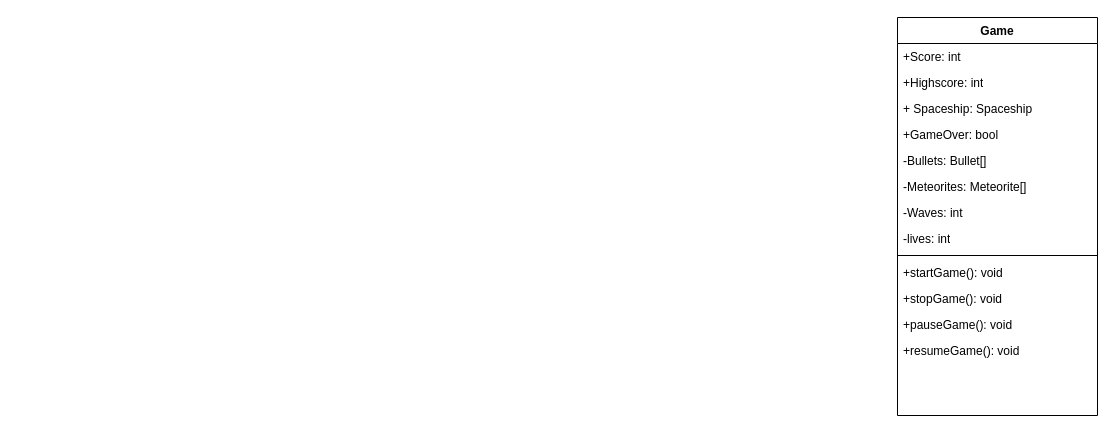
This is Klassendiagramm.drawio from JakobKrug/DrawIO, a draw.io file, before an edit. Source tidied: cells renumbered, new cells numbered last; positions are measured from the earlier drawing's top-left corner, leaving out a move shared by most shapes. Both pictures are drawn from the tidied source at 100%, with x=0, y=0 at pixel (897, 17).
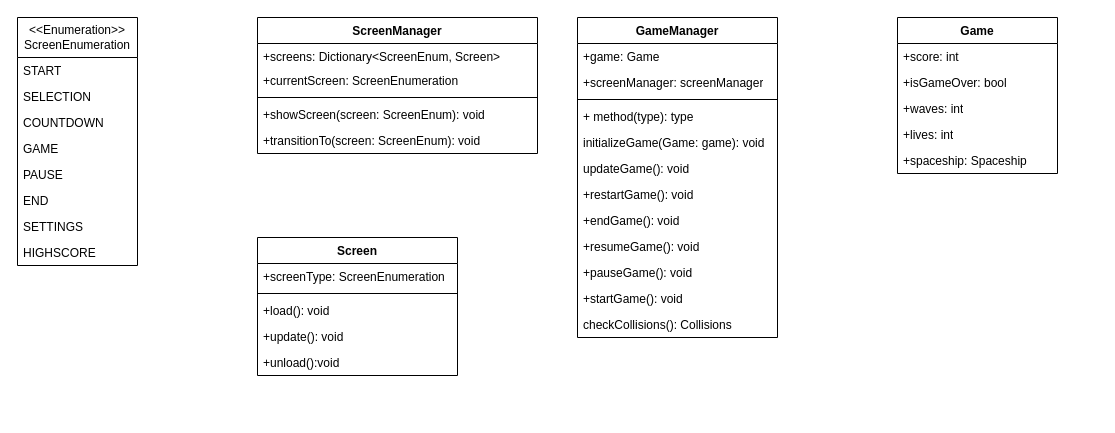
The same page after the edit.

Change to the diagram source:
```diff
@@
     <mxCell id="2" value="Game" style="swimlane;fontStyle=1;align=center;verticalAlign=top;horizontal=1;startSize=26;whiteSpace=wrap;html=1;" parent="1" vertex="1">
-      <mxGeometry width="200" height="398" as="geometry" />
+      <mxGeometry width="160" height="156" as="geometry" />
     </mxCell>
-    <mxCell id="3" value="+Score: int" style="text;strokeColor=none;fillColor=none;align=left;verticalAlign=top;spacingLeft=4;spacingRight=4;overflow=hidden;whiteSpace=wrap;html=1;" parent="2" vertex="1">
-      <mxGeometry y="26" width="200" height="26" as="geometry" />
+    <mxCell id="3" value="+score: int" style="text;strokeColor=none;fillColor=none;align=left;verticalAlign=top;spacingLeft=4;spacingRight=4;overflow=hidden;whiteSpace=wrap;html=1;" parent="2" vertex="1">
+      <mxGeometry y="26" width="160" height="26" as="geometry" />
     </mxCell>
-    <mxCell id="4" value="+Highscore: int" style="text;strokeColor=none;fillColor=none;align=left;verticalAlign=top;spacingLeft=4;spacingRight=4;overflow=hidden;whiteSpace=wrap;html=1;" parent="2" vertex="1">
-      <mxGeometry y="52" width="200" height="26" as="geometry" />
-    </mxCell>
-    <mxCell id="5" value="+ Spaceship: Spaceship" style="text;strokeColor=none;fillColor=none;align=left;verticalAlign=top;spacingLeft=4;spacingRight=4;overflow=hidden;whiteSpace=wrap;html=1;" parent="2" vertex="1">
-      <mxGeometry y="78" width="200" height="26" as="geometry" />
-    </mxCell>
-    <mxCell id="6" value="+GameOver: bool&lt;span style=&quot;white-space: pre;&quot;&gt;&#9;&lt;/span&gt;" style="text;strokeColor=none;fillColor=none;align=left;verticalAlign=top;spacingLeft=4;spacingRight=4;overflow=hidden;whiteSpace=wrap;html=1;" parent="2" vertex="1">
-      <mxGeometry y="104" width="200" height="26" as="geometry" />
+    <mxCell id="6" value="+isGameOver: bool&lt;span style=&quot;white-space: pre;&quot;&gt;&#9;&lt;/span&gt;" style="text;strokeColor=none;fillColor=none;align=left;verticalAlign=top;spacingLeft=4;spacingRight=4;overflow=hidden;whiteSpace=wrap;html=1;" parent="2" vertex="1">
+      <mxGeometry y="52" width="160" height="26" as="geometry" />
     </mxCell>
-    <mxCell id="7" value="-Bullets: Bullet[]" style="text;strokeColor=none;fillColor=none;align=left;verticalAlign=top;spacingLeft=4;spacingRight=4;overflow=hidden;whiteSpace=wrap;html=1;" parent="2" vertex="1">
-      <mxGeometry y="130" width="200" height="26" as="geometry" />
-    </mxCell>
-    <mxCell id="8" value="-Meteorites: Meteorite[]" style="text;strokeColor=none;fillColor=none;align=left;verticalAlign=top;spacingLeft=4;spacingRight=4;overflow=hidden;whiteSpace=wrap;html=1;" parent="2" vertex="1">
-      <mxGeometry y="156" width="200" height="26" as="geometry" />
-    </mxCell>
-    <mxCell id="9" value="-Waves: int" style="text;strokeColor=none;fillColor=none;align=left;verticalAlign=top;spacingLeft=4;spacingRight=4;overflow=hidden;whiteSpace=wrap;html=1;" parent="2" vertex="1">
-      <mxGeometry y="182" width="200" height="26" as="geometry" />
+    <mxCell id="9" value="+waves: int" style="text;strokeColor=none;fillColor=none;align=left;verticalAlign=top;spacingLeft=4;spacingRight=4;overflow=hidden;whiteSpace=wrap;html=1;" parent="2" vertex="1">
+      <mxGeometry y="78" width="160" height="26" as="geometry" />
     </mxCell>
-    <mxCell id="10" value="-lives: int" style="text;strokeColor=none;fillColor=none;align=left;verticalAlign=top;spacingLeft=4;spacingRight=4;overflow=hidden;whiteSpace=wrap;html=1;" parent="2" vertex="1">
-      <mxGeometry y="208" width="200" height="26" as="geometry" />
+    <mxCell id="10" value="+lives: int" style="text;strokeColor=none;fillColor=none;align=left;verticalAlign=top;spacingLeft=4;spacingRight=4;overflow=hidden;whiteSpace=wrap;html=1;" parent="2" vertex="1">
+      <mxGeometry y="104" width="160" height="26" as="geometry" />
     </mxCell>
-    <mxCell id="11" style="line;strokeWidth=1;fillColor=none;align=left;verticalAlign=middle;spacingTop=-1;spacingLeft=3;spacingRight=3;labelPosition=right;strokeColor=inherit;" parent="2" vertex="1">
-      <mxGeometry y="234" width="200" height="8" as="geometry" />
-    </mxCell>
-    <mxCell id="12" value="+startGame(): void" style="text;strokeColor=none;fillColor=none;align=left;verticalAlign=top;spacingLeft=4;spacingRight=4;overflow=hidden;whiteSpace=wrap;html=1;" parent="2" vertex="1">
-      <mxGeometry y="242" width="200" height="26" as="geometry" />
-    </mxCell>
+    <mxCell id="5" value="+spaceship: Spaceship" style="text;strokeColor=none;fillColor=none;align=left;verticalAlign=top;spacingLeft=4;spacingRight=4;overflow=hidden;whiteSpace=wrap;html=1;" parent="2" vertex="1">
+      <mxGeometry y="130" width="160" height="26" as="geometry" />
+    </mxCell>
+    <mxCell id="18" value="ScreenManager" style="swimlane;fontStyle=1;align=center;verticalAlign=top;horizontal=1;startSize=26;whiteSpace=wrap;html=1;" parent="1" vertex="1">
+      <mxGeometry x="-640" width="280" height="136" as="geometry" />
+    </mxCell>
+    <mxCell id="19" value="+screens: Dictionary&amp;lt;ScreenEnum, Screen&amp;gt;" style="text;strokeColor=none;fillColor=none;align=left;verticalAlign=top;spacingLeft=4;spacingRight=4;overflow=hidden;whiteSpace=wrap;html=1;" parent="18" vertex="1">
+      <mxGeometry y="26" width="280" height="24" as="geometry" />
+    </mxCell>
+    <mxCell id="20" value="+currentScreen: ScreenEnumeration" style="text;strokeColor=none;fillColor=none;align=left;verticalAlign=top;spacingLeft=4;spacingRight=4;overflow=hidden;whiteSpace=wrap;html=1;" parent="18" vertex="1">
+      <mxGeometry y="50" width="280" height="26" as="geometry" />
+    </mxCell>
+    <mxCell id="21" style="line;strokeWidth=1;fillColor=none;align=left;verticalAlign=middle;spacingTop=-1;spacingLeft=3;spacingRight=3;labelPosition=right;strokeColor=inherit;" parent="18" vertex="1">
+      <mxGeometry y="76" width="280" height="8" as="geometry" />
+    </mxCell>
+    <mxCell id="22" value="+showScreen(screen: ScreenEnum): void" style="text;strokeColor=none;fillColor=none;align=left;verticalAlign=top;spacingLeft=4;spacingRight=4;overflow=hidden;whiteSpace=wrap;html=1;" parent="18" vertex="1">
+      <mxGeometry y="84" width="280" height="26" as="geometry" />
+    </mxCell>
+    <mxCell id="23" value="+transitionTo(screen: ScreenEnum): void" style="text;strokeColor=none;fillColor=none;align=left;verticalAlign=top;spacingLeft=4;spacingRight=4;overflow=hidden;whiteSpace=wrap;html=1;" parent="18" vertex="1">
+      <mxGeometry y="110" width="280" height="26" as="geometry" />
+    </mxCell>
+    <mxCell id="24" value="&lt;div&gt;&amp;lt;&amp;lt;Enumeration&amp;gt;&amp;gt;&lt;/div&gt;&lt;div&gt;ScreenEnumeration&lt;/div&gt;" style="swimlane;fontStyle=0;horizontal=1;startSize=40;fillColor=none;whiteSpace=wrap;html=1;" parent="1" vertex="1">
+      <mxGeometry x="-880" width="120" height="248" as="geometry" />
+    </mxCell>
+    <mxCell id="25" value="START" style="text;strokeColor=none;fillColor=none;align=left;verticalAlign=top;spacingLeft=4;spacingRight=4;overflow=hidden;whiteSpace=wrap;html=1;" parent="24" vertex="1">
+      <mxGeometry y="40" width="120" height="26" as="geometry" />
+    </mxCell>
+    <mxCell id="26" value="SELECTION" style="text;strokeColor=none;fillColor=none;align=left;verticalAlign=top;spacingLeft=4;spacingRight=4;overflow=hidden;whiteSpace=wrap;html=1;" parent="24" vertex="1">
+      <mxGeometry y="66" width="120" height="26" as="geometry" />
+    </mxCell>
+    <mxCell id="27" value="COUNTDOWN" style="text;strokeColor=none;fillColor=none;align=left;verticalAlign=top;spacingLeft=4;spacingRight=4;overflow=hidden;whiteSpace=wrap;html=1;" parent="24" vertex="1">
+      <mxGeometry y="92" width="120" height="26" as="geometry" />
+    </mxCell>
+    <mxCell id="28" value="GAME" style="text;strokeColor=none;fillColor=none;align=left;verticalAlign=top;spacingLeft=4;spacingRight=4;overflow=hidden;whiteSpace=wrap;html=1;" parent="24" vertex="1">
+      <mxGeometry y="118" width="120" height="26" as="geometry" />
+    </mxCell>
+    <mxCell id="29" value="PAUSE" style="text;strokeColor=none;fillColor=none;align=left;verticalAlign=top;spacingLeft=4;spacingRight=4;overflow=hidden;whiteSpace=wrap;html=1;" parent="24" vertex="1">
+      <mxGeometry y="144" width="120" height="26" as="geometry" />
+    </mxCell>
+    <mxCell id="30" value="END" style="text;strokeColor=none;fillColor=none;align=left;verticalAlign=top;spacingLeft=4;spacingRight=4;overflow=hidden;whiteSpace=wrap;html=1;" parent="24" vertex="1">
+      <mxGeometry y="170" width="120" height="26" as="geometry" />
+    </mxCell>
+    <mxCell id="31" value="SETTINGS" style="text;strokeColor=none;fillColor=none;align=left;verticalAlign=top;spacingLeft=4;spacingRight=4;overflow=hidden;whiteSpace=wrap;html=1;" parent="24" vertex="1">
+      <mxGeometry y="196" width="120" height="26" as="geometry" />
+    </mxCell>
+    <mxCell id="32" value="HIGHSCORE" style="text;strokeColor=none;fillColor=none;align=left;verticalAlign=top;spacingLeft=4;spacingRight=4;overflow=hidden;whiteSpace=wrap;html=1;" parent="24" vertex="1">
+      <mxGeometry y="222" width="120" height="26" as="geometry" />
+    </mxCell>
+    <mxCell id="33" value="GameManager" style="swimlane;fontStyle=1;align=center;verticalAlign=top;horizontal=1;startSize=26;whiteSpace=wrap;html=1;" parent="1" vertex="1">
+      <mxGeometry x="-320" width="200" height="320" as="geometry" />
+    </mxCell>
+    <mxCell id="34" value="+game: Game" style="text;strokeColor=none;fillColor=none;align=left;verticalAlign=top;spacingLeft=4;spacingRight=4;overflow=hidden;whiteSpace=wrap;html=1;" parent="33" vertex="1">
+      <mxGeometry y="26" width="200" height="26" as="geometry" />
+    </mxCell>
+    <mxCell id="35" value="+screenManager: screenManager" style="text;strokeColor=none;fillColor=none;align=left;verticalAlign=top;spacingLeft=4;spacingRight=4;overflow=hidden;whiteSpace=wrap;html=1;" parent="33" vertex="1">
+      <mxGeometry y="52" width="200" height="26" as="geometry" />
+    </mxCell>
+    <mxCell id="36" style="line;strokeWidth=1;fillColor=none;align=left;verticalAlign=middle;spacingTop=-1;spacingLeft=3;spacingRight=3;labelPosition=right;strokeColor=inherit;" parent="33" vertex="1">
+      <mxGeometry y="78" width="200" height="8" as="geometry" />
+    </mxCell>
+    <mxCell id="37" value="+ method(type): type" style="text;strokeColor=none;fillColor=none;align=left;verticalAlign=top;spacingLeft=4;spacingRight=4;overflow=hidden;whiteSpace=wrap;html=1;" parent="33" vertex="1">
+      <mxGeometry y="86" width="200" height="26" as="geometry" />
+    </mxCell>
+    <mxCell id="38" value="initializeGame(Game: game): void" style="text;strokeColor=none;fillColor=none;align=left;verticalAlign=top;spacingLeft=4;spacingRight=4;overflow=hidden;whiteSpace=wrap;html=1;" parent="33" vertex="1">
+      <mxGeometry y="112" width="200" height="26" as="geometry" />
+    </mxCell>
+    <mxCell id="39" value="updateGame(): void" style="text;strokeColor=none;fillColor=none;align=left;verticalAlign=top;spacingLeft=4;spacingRight=4;overflow=hidden;whiteSpace=wrap;html=1;" parent="33" vertex="1">
+      <mxGeometry y="138" width="200" height="26" as="geometry" />
+    </mxCell>
+    <mxCell id="40" value="+restartGame(): void" style="text;strokeColor=none;fillColor=none;align=left;verticalAlign=top;spacingLeft=4;spacingRight=4;overflow=hidden;whiteSpace=wrap;html=1;" parent="33" vertex="1">
+      <mxGeometry y="164" width="200" height="26" as="geometry" />
+    </mxCell>
+    <mxCell id="41" value="+endGame(): void" style="text;strokeColor=none;fillColor=none;align=left;verticalAlign=top;spacingLeft=4;spacingRight=4;overflow=hidden;whiteSpace=wrap;html=1;" parent="33" vertex="1">
+      <mxGeometry y="190" width="200" height="26" as="geometry" />
+    </mxCell>
-    <mxCell id="13" value="+stopGame(): void" style="text;strokeColor=none;fillColor=none;align=left;verticalAlign=top;spacingLeft=4;spacingRight=4;overflow=hidden;whiteSpace=wrap;html=1;" parent="2" vertex="1">
-      <mxGeometry y="268" width="200" height="26" as="geometry" />
+    <mxCell id="13" value="+resumeGame(): void" style="text;strokeColor=none;fillColor=none;align=left;verticalAlign=top;spacingLeft=4;spacingRight=4;overflow=hidden;whiteSpace=wrap;html=1;" parent="33" vertex="1">
+      <mxGeometry y="216" width="200" height="26" as="geometry" />
     </mxCell>
-    <mxCell id="14" value="+pauseGame(): void" style="text;strokeColor=none;fillColor=none;align=left;verticalAlign=top;spacingLeft=4;spacingRight=4;overflow=hidden;whiteSpace=wrap;html=1;" parent="2" vertex="1">
-      <mxGeometry y="294" width="200" height="26" as="geometry" />
+    <mxCell id="14" value="+pauseGame(): void" style="text;strokeColor=none;fillColor=none;align=left;verticalAlign=top;spacingLeft=4;spacingRight=4;overflow=hidden;whiteSpace=wrap;html=1;" parent="33" vertex="1">
+      <mxGeometry y="242" width="200" height="26" as="geometry" />
     </mxCell>
-    <mxCell id="15" value="+resumeGame(): void" style="text;strokeColor=none;fillColor=none;align=left;verticalAlign=top;spacingLeft=4;spacingRight=4;overflow=hidden;whiteSpace=wrap;html=1;" parent="2" vertex="1">
-      <mxGeometry y="320" width="200" height="26" as="geometry" />
-    </mxCell>
-    <mxCell id="16" style="text;strokeColor=none;fillColor=none;align=left;verticalAlign=top;spacingLeft=4;spacingRight=4;overflow=hidden;whiteSpace=wrap;html=1;" parent="2" vertex="1">
-      <mxGeometry y="346" width="200" height="26" as="geometry" />
-    </mxCell>
-    <mxCell id="17" style="text;strokeColor=none;fillColor=none;align=left;verticalAlign=top;spacingLeft=4;spacingRight=4;overflow=hidden;whiteSpace=wrap;html=1;" parent="2" vertex="1">
-      <mxGeometry y="372" width="200" height="26" as="geometry" />
-    </mxCell>
+    <mxCell id="12" value="+startGame(): void" style="text;strokeColor=none;fillColor=none;align=left;verticalAlign=top;spacingLeft=4;spacingRight=4;overflow=hidden;whiteSpace=wrap;html=1;" parent="33" vertex="1">
+      <mxGeometry y="268" width="200" height="26" as="geometry" />
+    </mxCell>
+    <mxCell id="42" value="checkCollisions(): Collisions" style="text;strokeColor=none;fillColor=none;align=left;verticalAlign=top;spacingLeft=4;spacingRight=4;overflow=hidden;whiteSpace=wrap;html=1;" parent="33" vertex="1">
+      <mxGeometry y="294" width="200" height="26" as="geometry" />
+    </mxCell>
+    <mxCell id="43" value="Screen" style="swimlane;fontStyle=1;align=center;verticalAlign=top;horizontal=1;startSize=26;whiteSpace=wrap;html=1;" parent="1" vertex="1">
+      <mxGeometry x="-640" y="220" width="200" height="138" as="geometry" />
+    </mxCell>
+    <mxCell id="44" value="+screenType: ScreenEnumeration" style="text;strokeColor=none;fillColor=none;align=left;verticalAlign=top;spacingLeft=4;spacingRight=4;overflow=hidden;whiteSpace=wrap;html=1;" parent="43" vertex="1">
+      <mxGeometry y="26" width="200" height="26" as="geometry" />
+    </mxCell>
+    <mxCell id="45" style="line;strokeWidth=1;fillColor=none;align=left;verticalAlign=middle;spacingTop=-1;spacingLeft=3;spacingRight=3;labelPosition=right;strokeColor=inherit;" parent="43" vertex="1">
+      <mxGeometry y="52" width="200" height="8" as="geometry" />
+    </mxCell>
+    <mxCell id="46" value="+load(): void" style="text;strokeColor=none;fillColor=none;align=left;verticalAlign=top;spacingLeft=4;spacingRight=4;overflow=hidden;whiteSpace=wrap;html=1;" parent="43" vertex="1">
+      <mxGeometry y="60" width="200" height="26" as="geometry" />
+    </mxCell>
+    <mxCell id="47" value="+update(): void" style="text;strokeColor=none;fillColor=none;align=left;verticalAlign=top;spacingLeft=4;spacingRight=4;overflow=hidden;whiteSpace=wrap;html=1;" parent="43" vertex="1">
+      <mxGeometry y="86" width="200" height="26" as="geometry" />
+    </mxCell>
+    <mxCell id="48" value="+unload():void" style="text;strokeColor=none;fillColor=none;align=left;verticalAlign=top;spacingLeft=4;spacingRight=4;overflow=hidden;whiteSpace=wrap;html=1;" parent="43" vertex="1">
+      <mxGeometry y="112" width="200" height="26" as="geometry" />
+    </mxCell>
```
